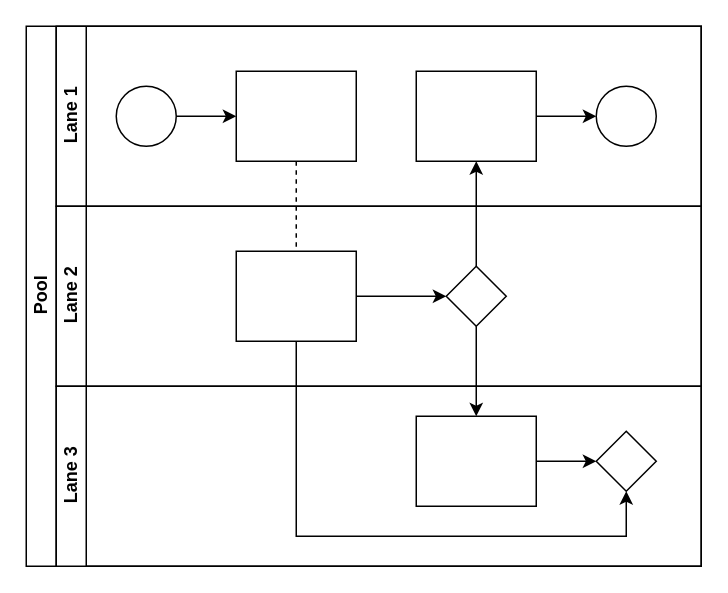
Earlier version of the draw.io diagram jraft/未命名绘图.drawio (wwl74100/2022-learn). Source tidied: cells renumbered, new cells numbered last; positions are measured from the earlier drawing's top-left corner, leaving out a move shared by most shapes. Both pictures are drawn from the tidied source at 150%, with x=0, y=0 at pixel (26, 26).
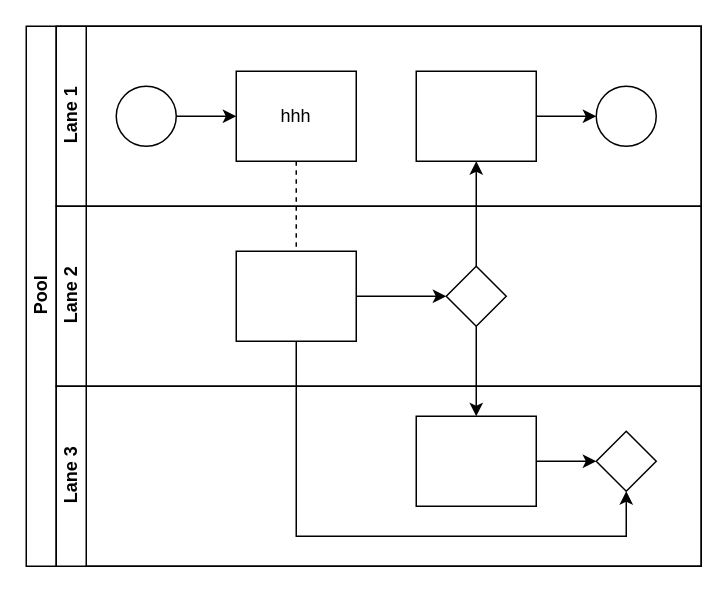
Above is the later version.

Commit message:
更新未命名绘图.drawio

The change refers to these unchanged cells:
```xml
<mxCell id="7" value="Lane 1" style="swimlane;html=1;startSize=20;horizontal=0;" parent="2" vertex="1">
  <mxGeometry x="20" width="430" height="120" as="geometry" />
</mxCell>
```

What changed in the source:
```diff
@@
-    <mxCell id="10" style="rounded=0;whiteSpace=wrap;html=1;fontFamily=Helvetica;fontSize=12;fontColor=#000000;align=center;" parent="7" vertex="1">
+    <mxCell id="10" value="hhh" style="rounded=0;whiteSpace=wrap;html=1;fontFamily=Helvetica;fontSize=12;fontColor=#000000;align=center;" parent="7" vertex="1">
       <mxGeometry x="120" y="30" width="80" height="60" as="geometry" />
     </mxCell>
```
